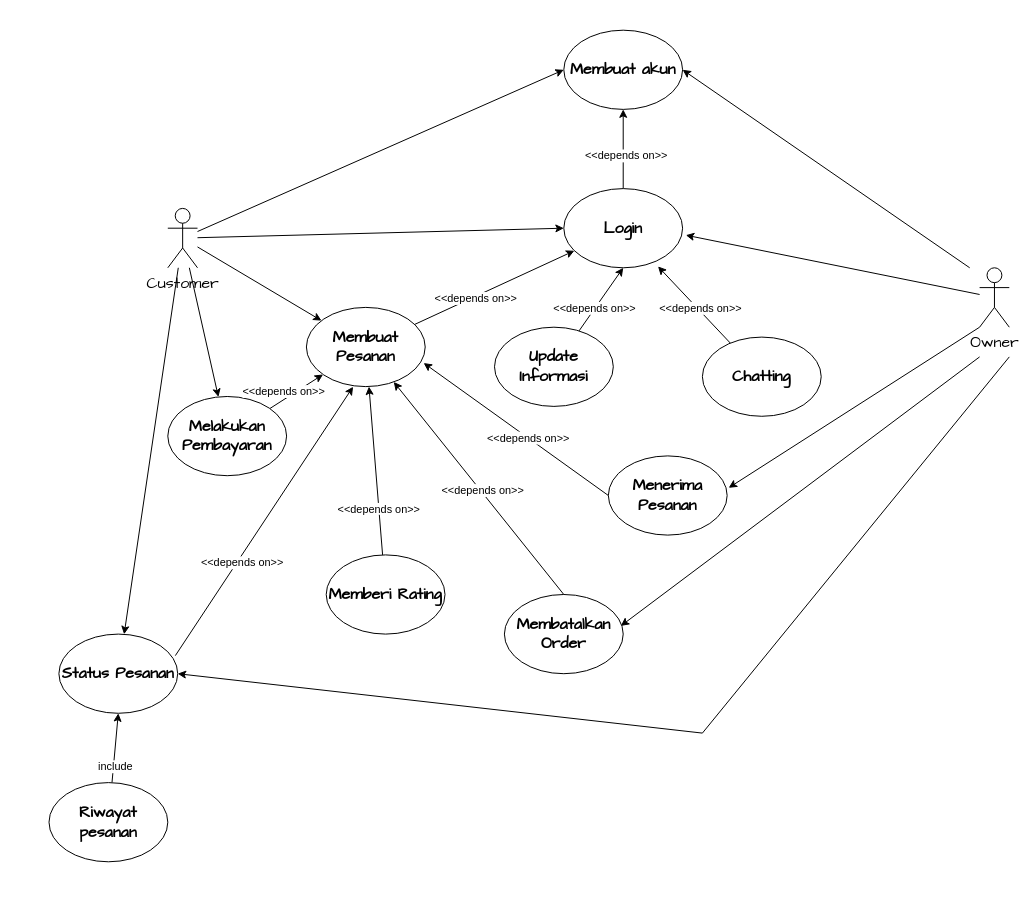
This is page "Page-4" (4 of 4) of SD_IT WASH/Use Case.drawio from RicoAlde46/ProyekRPL2022, a draw.io file, before an edit. Source tidied: cells renumbered, new cells numbered last; positions are measured from the earlier drawing's top-left corner, leaving out a move shared by most shapes. Both pictures are drawn from the tidied source at 99%, with x=0, y=0 at pixel (49, 30).
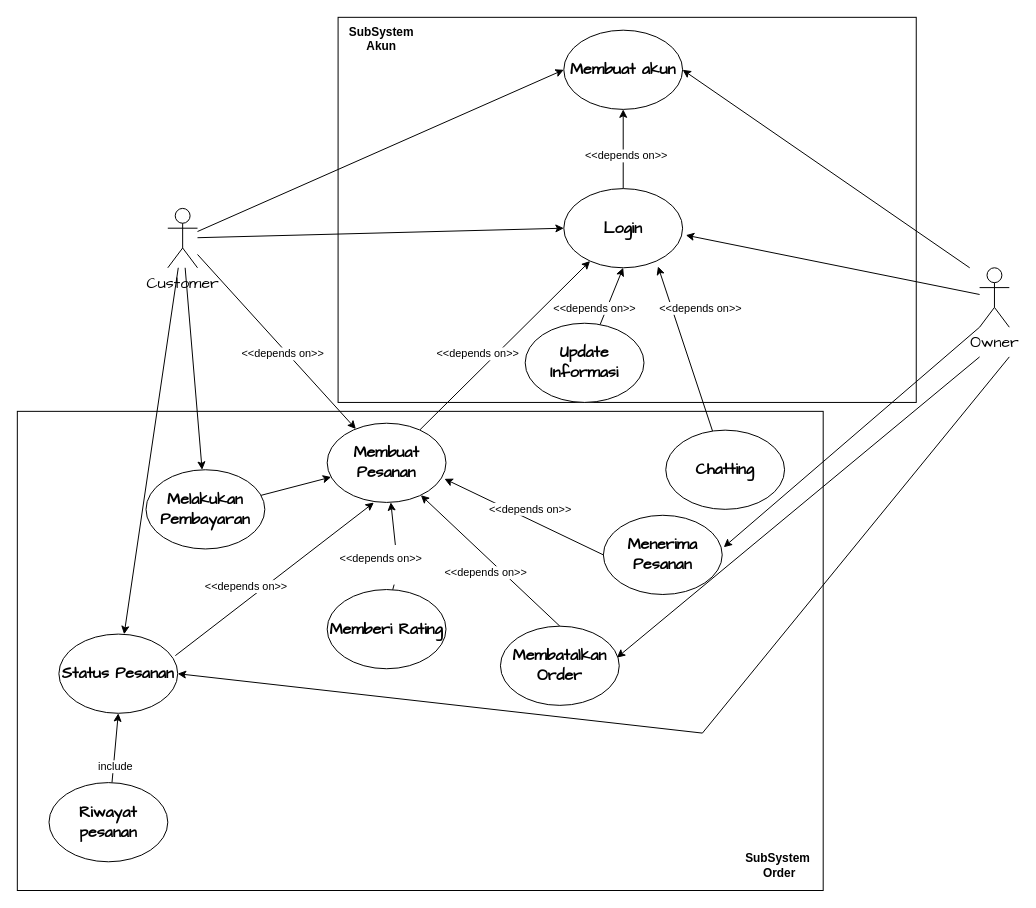
After the change.

The edit, as a diff of the source:
```diff
@@
+    <mxCell id="45" style="rounded=0;whiteSpace=wrap;html=1;hachureGap=4;" parent="1" vertex="1">
+      <mxGeometry x="-32" y="385" width="814" height="484" as="geometry" />
+    </mxCell>
+    <mxCell id="46" style="rounded=0;whiteSpace=wrap;html=1;hachureGap=4;" parent="1" vertex="1">
+      <mxGeometry x="292" y="-13" width="584" height="389" as="geometry" />
+    </mxCell>
@@
     <mxCell id="17" value="Update Informasi" style="ellipse;whiteSpace=wrap;html=1;fontFamily=Comic Sans MS;fontStyle=1;fontSize=16;" parent="1" vertex="1">
-      <mxGeometry x="450" y="300" width="120" height="80" as="geometry" />
+      <mxGeometry x="481" y="296" width="120" height="80" as="geometry" />
     </mxCell>
@@
     <mxCell id="21" value="Membuat Pesanan" style="ellipse;whiteSpace=wrap;html=1;fontFamily=Comic Sans MS;fontStyle=1;fontSize=16;" parent="1" vertex="1">
-      <mxGeometry x="260" y="280" width="120" height="80" as="geometry" />
+      <mxGeometry x="281" y="397" width="120" height="80" as="geometry" />
     </mxCell>
@@
     <mxCell id="23" value="Membatalkan Order" style="ellipse;whiteSpace=wrap;html=1;fontFamily=Comic Sans MS;fontStyle=1;fontSize=16;" parent="1" vertex="1">
-      <mxGeometry x="460" y="570" width="120" height="80" as="geometry" />
+      <mxGeometry x="456" y="602" width="120" height="80" as="geometry" />
     </mxCell>
@@
     <mxCell id="25" value="Chatting" style="ellipse;whiteSpace=wrap;html=1;fontFamily=Comic Sans MS;fontStyle=1;fontSize=16;" parent="1" vertex="1">
-      <mxGeometry x="660" y="310" width="120" height="80" as="geometry" />
+      <mxGeometry x="623" y="404" width="120" height="80" as="geometry" />
     </mxCell>
@@
     <mxCell id="27" value="Melakukan Pembayaran" style="ellipse;whiteSpace=wrap;html=1;fontFamily=Comic Sans MS;fontStyle=1;fontSize=16;" parent="1" vertex="1">
-      <mxGeometry x="120" y="370" width="120" height="80" as="geometry" />
+      <mxGeometry x="98" y="444" width="120" height="80" as="geometry" />
     </mxCell>
-    <mxCell id="28" style="edgeStyle=none;rounded=0;jettySize=auto;html=1;" parent="1" edge="1" source="29" target="21">
+    <mxCell id="28" style="edgeStyle=none;rounded=0;jettySize=auto;html=1;startArrow=none;" parent="1" edge="1" source="44" target="21">
       <mxGeometry relative="1" as="geometry" />
     </mxCell>
     <mxCell id="29" value="Memberi Rating" style="ellipse;whiteSpace=wrap;html=1;fontFamily=Comic Sans MS;fontStyle=1;fontSize=16;" parent="1" vertex="1">
-      <mxGeometry x="280" y="530" width="120" height="80" as="geometry" />
+      <mxGeometry x="281" y="565" width="120" height="80" as="geometry" />
     </mxCell>
     <mxCell id="30" value="Menerima Pesanan" style="ellipse;whiteSpace=wrap;html=1;fontFamily=Comic Sans MS;fontStyle=1;fontSize=16;" parent="1" vertex="1">
-      <mxGeometry x="565" y="430" width="120" height="80" as="geometry" />
+      <mxGeometry x="560" y="490" width="120" height="80" as="geometry" />
     </mxCell>
@@
     <mxCell id="39" value="&amp;lt;&amp;lt;depends on&amp;gt;&amp;gt;" style="edgeLabel;html=1;align=center;verticalAlign=middle;" parent="1" vertex="1">
-      <mxGeometry x="430" y="270" as="geometry" />
+      <mxGeometry x="423" y="293" as="geometry">
+        <mxPoint x="9" y="33" as="offset" />
+      </mxGeometry>
     </mxCell>
     <mxCell id="40" value="&amp;lt;&amp;lt;depends on&amp;gt;&amp;gt;" style="edgeLabel;html=1;align=center;verticalAlign=middle;" parent="1" vertex="1">
-      <mxGeometry x="450" y="270" as="geometry">
+      <mxGeometry x="452" y="342" as="geometry">
         <mxPoint x="33" y="141" as="offset" />
       </mxGeometry>
     </mxCell>
     <mxCell id="41" value="&amp;lt;&amp;lt;depends on&amp;gt;&amp;gt;" style="edgeLabel;html=1;align=center;verticalAlign=middle;" parent="1" vertex="1">
-      <mxGeometry x="680" y="180" as="geometry">
+      <mxGeometry x="683" y="263" as="geometry">
         <mxPoint x="-243" y="284" as="offset" />
       </mxGeometry>
     </mxCell>
     <mxCell id="42" value="&amp;lt;&amp;lt;depends on&amp;gt;&amp;gt;" style="edgeLabel;html=1;align=center;verticalAlign=middle;" parent="1" vertex="1">
-      <mxGeometry x="640" y="200" as="geometry">
+      <mxGeometry x="644" y="224" as="geometry">
         <mxPoint x="-446" y="337" as="offset" />
       </mxGeometry>
     </mxCell>
     <mxCell id="43" value="&amp;lt;&amp;lt;depends on&amp;gt;&amp;gt;" style="edgeLabel;html=1;align=center;verticalAlign=middle;" parent="1" vertex="1">
-      <mxGeometry x="672" y="190" as="geometry">
+      <mxGeometry x="671" y="152" as="geometry">
         <mxPoint x="-436" y="174" as="offset" />
       </mxGeometry>
     </mxCell>
     <mxCell id="44" value="&lt;span style=&quot;color: rgb(0, 0, 0); font-family: Helvetica; font-size: 11px; font-style: normal; font-variant-ligatures: normal; font-variant-caps: normal; font-weight: 400; letter-spacing: normal; orphans: 2; text-align: center; text-indent: 0px; text-transform: none; widows: 2; word-spacing: 0px; -webkit-text-stroke-width: 0px; background-color: rgb(255, 255, 255); text-decoration-thickness: initial; text-decoration-style: initial; text-decoration-color: initial; float: none; display: inline !important;&quot;&gt;&amp;lt;&amp;lt;depends on&amp;gt;&amp;gt;&lt;/span&gt;" style="text;whiteSpace=wrap;html=1;" parent="1" vertex="1">
-      <mxGeometry x="290" y="470" width="120" height="40" as="geometry" />
+      <mxGeometry x="292" y="520" width="120" height="40" as="geometry" />
     </mxCell>
+    <mxCell id="47" style="edgeStyle=none;rounded=0;jettySize=auto;html=1;endArrow=none;" parent="1" edge="1" source="29" target="44">
+      <mxGeometry relative="1" as="geometry" />
+    </mxCell>
+    <mxCell id="48" value="&lt;b&gt;SubSystem Akun&lt;/b&gt;" style="text;strokeColor=none;fillColor=none;html=1;align=center;verticalAlign=middle;whiteSpace=wrap;rounded=0;hachureGap=4;" parent="1" vertex="1">
+      <mxGeometry x="306" y="-6" width="60" height="30" as="geometry" />
+    </mxCell>
+    <mxCell id="49" value="&lt;b&gt;SubSystem&amp;nbsp;&lt;br&gt;Order&lt;br&gt;&lt;/b&gt;" style="text;strokeColor=none;fillColor=none;html=1;align=center;verticalAlign=middle;whiteSpace=wrap;rounded=0;hachureGap=4;" parent="1" vertex="1">
+      <mxGeometry x="708" y="829" width="60" height="30" as="geometry" />
+    </mxCell>
```
